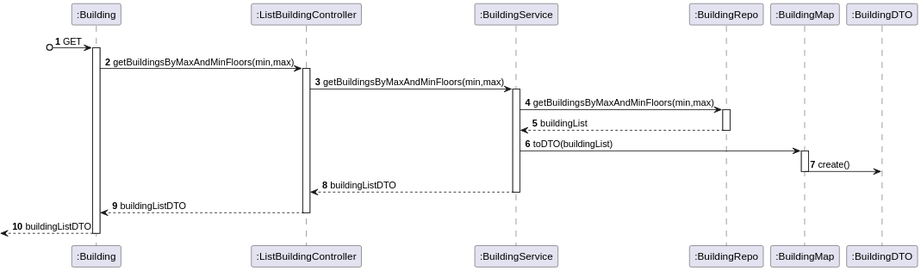
Above: docs/US_180/Diagrams/SequenceDiagramLevel3.svg in Pedro-Pereira1/sem5pi_23_24_g056 (PlantUML), before the change.
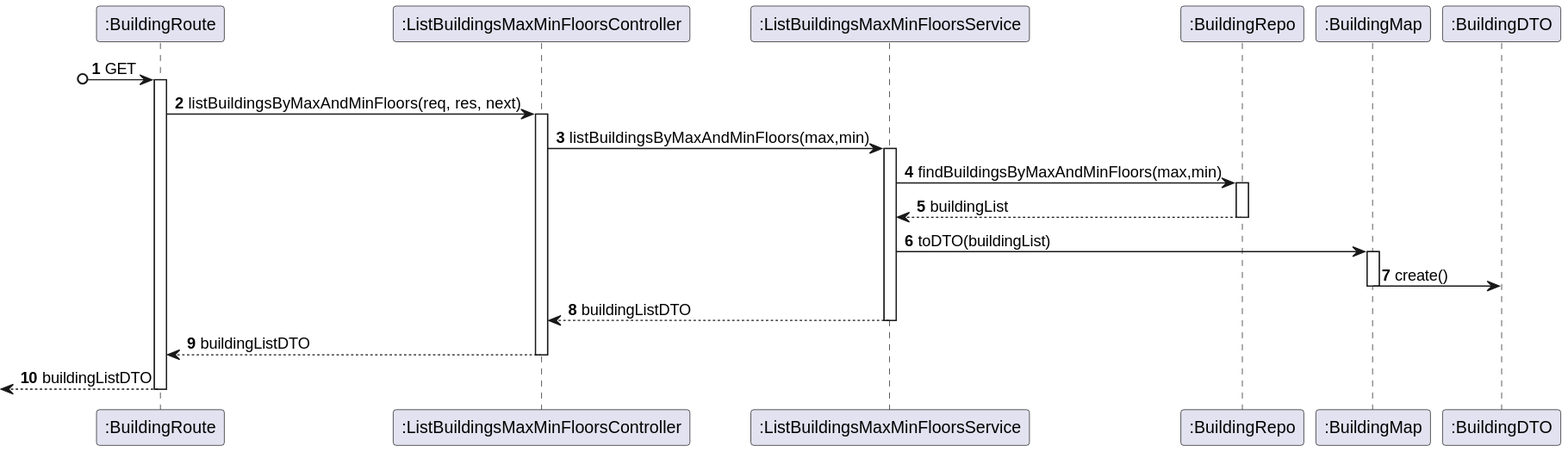
The same diagram one commit later.

Commit message:
Update Layer3 SequenceDiagram relative US180

Change to the diagram source:
```diff
@@ -1,9 +1,9 @@
 @startuml
 autonumber
 
-participant ":Building" as Floor
-participant ":ListBuildingController" as Controller
-participant ":BuildingService" as Service
+participant ":BuildingRoute" as Floor
+participant ":ListBuildingsMaxMinFloorsController" as Controller
+participant ":ListBuildingsMaxMinFloorsService" as Service
 participant ":BuildingRepo" as Repo
 participant ":BuildingMap" as Map
 participant ":BuildingDTO" as DTO
@@ -11,13 +11,13 @@
 ?o->Floor: GET
 activate Floor
 
-Floor -> Controller: getBuildingsByMaxAndMinFloors(min,max)
+Floor -> Controller: listBuildingsByMaxAndMinFloors(req, res, next)
 activate Controller
 
-Controller -> Service: getBuildingsByMaxAndMinFloors(min,max)
+Controller -> Service: listBuildingsByMaxAndMinFloors(max,min)
 activate Service
 
-Service -> Repo: getBuildingsByMaxAndMinFloors(min,max)
+Service -> Repo: findBuildingsByMaxAndMinFloors(max,min)
 activate Repo
 
 
```
